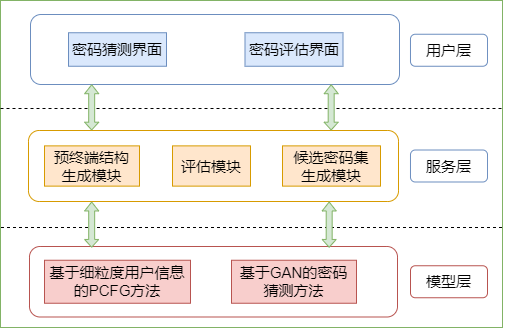
lakomi/pictures keeps this draw.io diagram as system.drawio.png. Above is the earlier version. Source tidied: cells renumbered, new cells last; positions are measured from the earlier drawing's top-left corner, leaving out a move shared by most shapes.
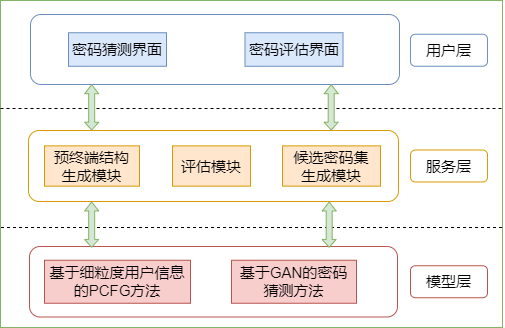
After the change.

The edit, as a diff of the source:
```diff
@@ -53,7 +53,7 @@
     <mxCell id="16" value="模型层" style="rounded=1;whiteSpace=wrap;html=1;fontSize=15;strokeColor=#b85450;fillColor=none;" parent="1" vertex="1">
       <mxGeometry x="410" y="265.2" width="77" height="32" as="geometry" />
     </mxCell>
-    <mxCell id="17" value="服务层" style="rounded=1;whiteSpace=wrap;html=1;fontSize=15;strokeColor=#6c8ebf;fillColor=none;" parent="1" vertex="1">
+    <mxCell id="17" value="服务层" style="rounded=1;whiteSpace=wrap;html=1;fontSize=15;strokeColor=#d79b00;fillColor=none;" parent="1" vertex="1">
       <mxGeometry x="410" y="149.5" width="77" height="32" as="geometry" />
     </mxCell>
     <mxCell id="18" style="shape=flexArrow;endArrow=classic;startArrow=classic;html=1;rounded=0;width=5.977011494252874;endSize=2.6551724137931036;fontSize=15;fillColor=#d5e8d4;strokeColor=#82b366;endWidth=7.129629629629629;startWidth=7.129629629629629;startSize=2.2694444444444444;" parent="1" edge="1">
```
